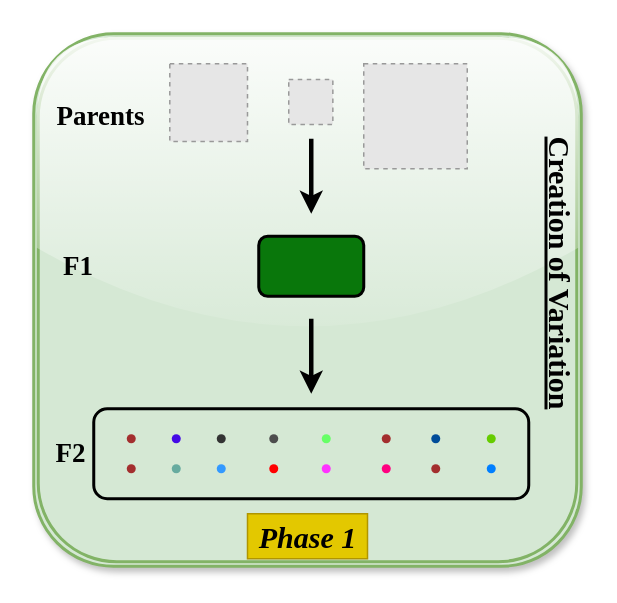
Above: page "Page-1" (1 of 3) of vit_presentation.drawio in ravindra2859/Figure_Poster (draw.io), before the change. Source tidied: cells renumbered, new cells numbered last; positions are measured from the earlier drawing's top-left corner, leaving out a move shared by most shapes. Both pictures are drawn from the tidied source at 150%, with x=0, y=0 at pixel (33, 33). Pictures stored in the file or linked from it are replaced by grey dashed boxes.
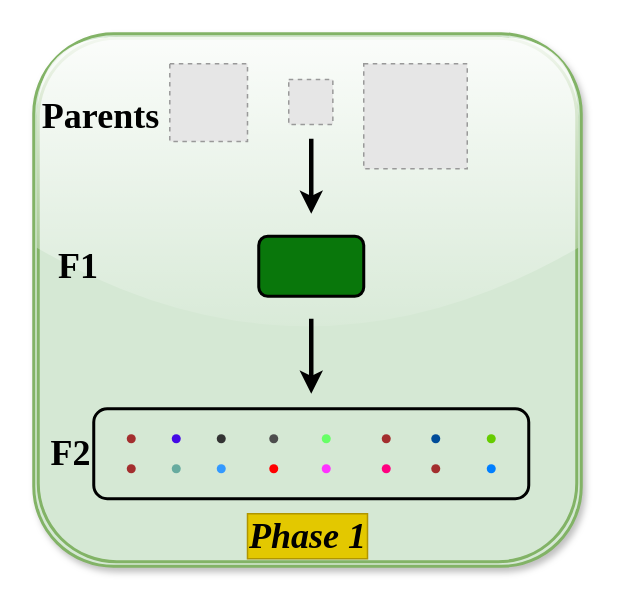
The same page after the edit.

What changed in the source:
```diff
@@
-    <mxCell id="24" value="&lt;font style=&quot;font-size: 20px;&quot; face=&quot;Times New Roman&quot;&gt;&lt;b&gt;&lt;i&gt;Phase 1&lt;/i&gt;&lt;/b&gt;&lt;/font&gt;" style="text;html=1;strokeColor=#B09500;fillColor=#e3c800;align=center;verticalAlign=middle;whiteSpace=wrap;rounded=0;rotation=0;strokeWidth=1;fontColor=#000000;" parent="1" vertex="1">
+    <mxCell id="24" value="&lt;font style=&quot;font-size: 24px;&quot; face=&quot;Times New Roman&quot;&gt;&lt;b style=&quot;&quot;&gt;&lt;i style=&quot;&quot;&gt;Phase 1&lt;/i&gt;&lt;/b&gt;&lt;/font&gt;" style="text;html=1;strokeColor=#B09500;fillColor=#e3c800;align=center;verticalAlign=middle;whiteSpace=wrap;rounded=0;rotation=0;strokeWidth=1;fontColor=#000000;" parent="1" vertex="1">
       <mxGeometry x="142.5" y="320" width="80" height="30" as="geometry" />
     </mxCell>
@@
-    <mxCell id="26" value="&lt;font style=&quot;font-size: 20px;&quot; face=&quot;Times New Roman&quot;&gt;&lt;b style=&quot;&quot;&gt;&lt;u&gt;Creation of Variation&lt;/u&gt;&lt;/b&gt;&lt;/font&gt;" style="text;html=1;strokeColor=none;fillColor=none;align=center;verticalAlign=middle;whiteSpace=wrap;rounded=0;rotation=90;" parent="1" vertex="1">
-      <mxGeometry x="255" y="145" width="194" height="30" as="geometry" />
-    </mxCell>
-    <mxCell id="27" value="&lt;font style=&quot;font-size: 18px;&quot; face=&quot;Times New Roman&quot;&gt;&lt;b&gt;Parents&lt;/b&gt;&lt;/font&gt;" style="text;html=1;strokeColor=none;fillColor=none;align=center;verticalAlign=middle;whiteSpace=wrap;rounded=0;" parent="1" vertex="1">
+    <mxCell id="27" value="&lt;font style=&quot;font-size: 24px;&quot; face=&quot;Times New Roman&quot;&gt;&lt;b style=&quot;&quot;&gt;Parents&lt;/b&gt;&lt;/font&gt;" style="text;html=1;strokeColor=none;fillColor=none;align=center;verticalAlign=middle;whiteSpace=wrap;rounded=0;" parent="1" vertex="1">
       <mxGeometry x="15" y="40" width="60" height="30" as="geometry" />
     </mxCell>
-    <mxCell id="28" value="&lt;font style=&quot;font-size: 18px;&quot; face=&quot;Times New Roman&quot;&gt;&lt;b&gt;F1&lt;/b&gt;&lt;/font&gt;" style="text;html=1;strokeColor=none;fillColor=none;align=center;verticalAlign=middle;whiteSpace=wrap;rounded=0;" parent="1" vertex="1">
+    <mxCell id="28" value="&lt;font style=&quot;font-size: 24px;&quot; face=&quot;Times New Roman&quot;&gt;&lt;b style=&quot;&quot;&gt;F1&lt;/b&gt;&lt;/font&gt;" style="text;html=1;strokeColor=none;fillColor=none;align=center;verticalAlign=middle;whiteSpace=wrap;rounded=0;" parent="1" vertex="1">
       <mxGeometry x="10" y="140" width="40" height="30" as="geometry" />
     </mxCell>
-    <mxCell id="29" value="&lt;font style=&quot;font-size: 18px;&quot; face=&quot;Times New Roman&quot;&gt;&lt;b&gt;F2&lt;/b&gt;&lt;/font&gt;" style="text;html=1;strokeColor=none;fillColor=none;align=center;verticalAlign=middle;whiteSpace=wrap;rounded=0;" parent="1" vertex="1">
+    <mxCell id="29" value="&lt;font style=&quot;font-size: 24px;&quot; face=&quot;Times New Roman&quot;&gt;&lt;b style=&quot;&quot;&gt;F2&lt;/b&gt;&lt;/font&gt;" style="text;html=1;strokeColor=none;fillColor=none;align=center;verticalAlign=middle;whiteSpace=wrap;rounded=0;" parent="1" vertex="1">
       <mxGeometry x="10" y="267.5" width="30" height="25" as="geometry" />
     </mxCell>
```
